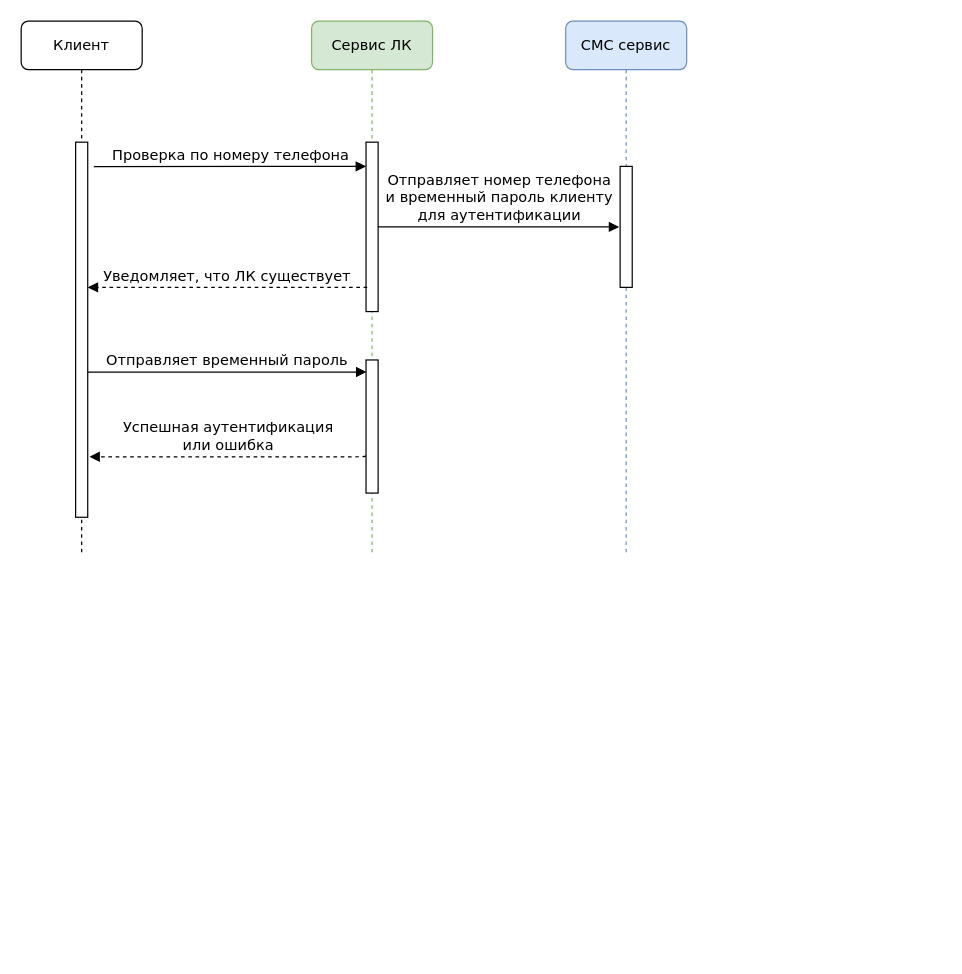
Before: user-way-account.drawio in sergeyram/draw-io, a draw.io diagram. Source tidied: cells renumbered, new cells numbered last; positions are measured from the earlier drawing's top-left corner, leaving out a move shared by most shapes. Both pictures are drawn from the tidied source at 121%, with x=0, y=0 at pixel (21, 21).
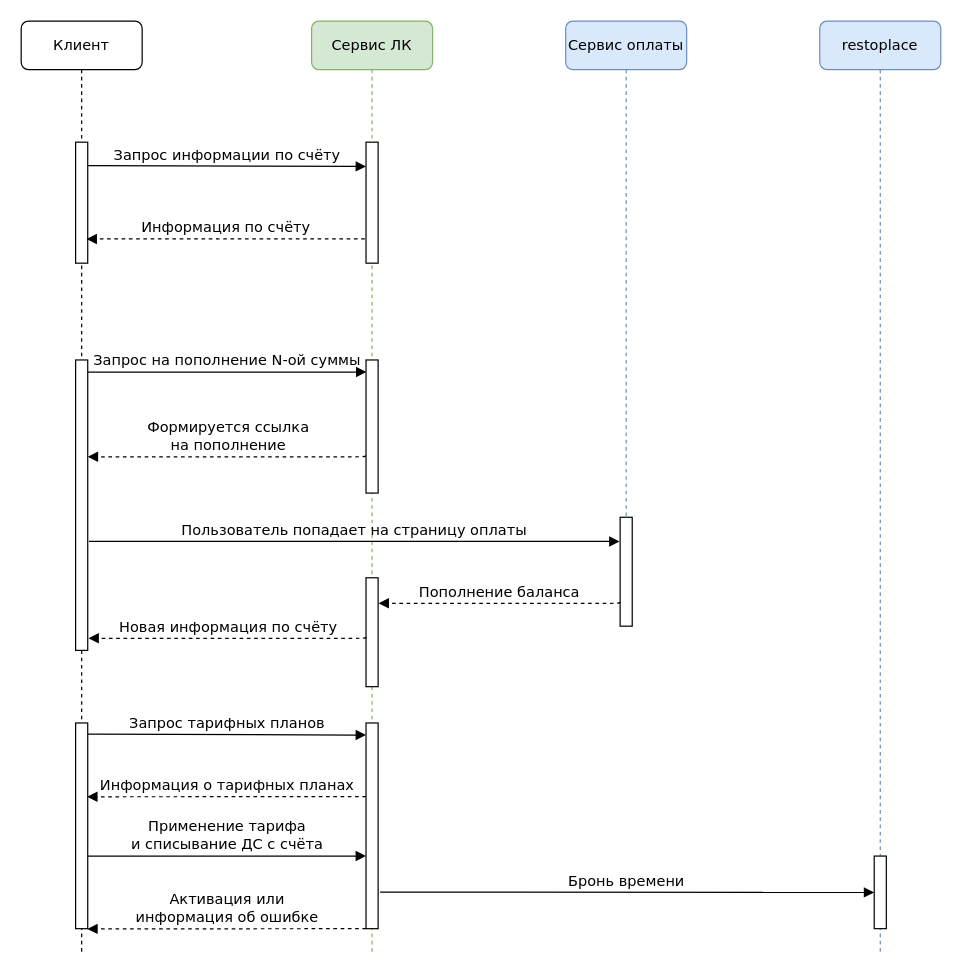
The same diagram, later.

The change refers to these unchanged cells:
```xml
<mxCell id="4" style="html=1;points=[];perimeter=orthogonalPerimeter;rounded=0;shadow=0;comic=0;labelBackgroundColor=none;strokeWidth=1;fontFamily=Verdana;fontSize=12;align=center;" parent="2" vertex="1">
  <mxGeometry x="45" y="280" width="10" height="110" as="geometry" />
</mxCell>
```

Change to the diagram source:
```diff
@@
     <mxCell id="2" value="Сервис ЛК" style="shape=umlLifeline;perimeter=lifelinePerimeter;whiteSpace=wrap;html=1;rounded=1;shadow=0;comic=0;labelBackgroundColor=none;strokeWidth=1;fontFamily=Verdana;fontSize=12;align=center;fillColor=#d5e8d4;strokeColor=#82b366;" parent="1" vertex="1">
-      <mxGeometry x="240" width="100" height="440" as="geometry" />
+      <mxGeometry x="240" width="100" height="770" as="geometry" />
     </mxCell>
     <mxCell id="3" style="html=1;points=[];perimeter=orthogonalPerimeter;rounded=0;shadow=0;comic=0;labelBackgroundColor=none;strokeWidth=1;fontFamily=Verdana;fontSize=12;align=center;" parent="2" vertex="1">
-      <mxGeometry x="45" y="100" width="10" height="140" as="geometry" />
+      <mxGeometry x="45" y="100" width="10" height="100" as="geometry" />
     </mxCell>
@@
-    <mxCell id="5" value="СМС сервис" style="shape=umlLifeline;perimeter=lifelinePerimeter;whiteSpace=wrap;html=1;rounded=1;shadow=0;comic=0;labelBackgroundColor=none;strokeWidth=1;fontFamily=Verdana;fontSize=12;align=center;fillColor=#dae8fc;strokeColor=#6c8ebf;" parent="1" vertex="1">
+    <mxCell id="5" value="Сервис оплаты" style="shape=umlLifeline;perimeter=lifelinePerimeter;whiteSpace=wrap;html=1;rounded=1;shadow=0;comic=0;labelBackgroundColor=none;strokeWidth=1;fontFamily=Verdana;fontSize=12;align=center;fillColor=#dae8fc;strokeColor=#6c8ebf;" parent="1" vertex="1">
       <mxGeometry x="450" width="100" height="440" as="geometry" />
     </mxCell>
-    <mxCell id="6" style="html=1;points=[];perimeter=orthogonalPerimeter;rounded=0;shadow=0;comic=0;labelBackgroundColor=none;strokeWidth=1;fontFamily=Verdana;fontSize=12;align=center;" parent="5" vertex="1">
-      <mxGeometry x="45" y="120" width="10" height="100" as="geometry" />
-    </mxCell>
     <mxCell id="7" value="Клиент" style="shape=umlLifeline;perimeter=lifelinePerimeter;whiteSpace=wrap;html=1;rounded=1;shadow=0;comic=0;labelBackgroundColor=none;strokeWidth=1;fontFamily=Verdana;fontSize=12;align=center;" parent="1" vertex="1">
-      <mxGeometry width="100" height="440" as="geometry" />
+      <mxGeometry width="100" height="770" as="geometry" />
     </mxCell>
     <mxCell id="8" style="html=1;points=[];perimeter=orthogonalPerimeter;rounded=0;shadow=0;comic=0;labelBackgroundColor=none;strokeWidth=1;fontFamily=Verdana;fontSize=12;align=center;" parent="7" vertex="1">
-      <mxGeometry x="45" y="100" width="10" height="310" as="geometry" />
+      <mxGeometry x="45" y="100" width="10" height="100" as="geometry" />
     </mxCell>
+    <mxCell id="14" style="html=1;points=[];perimeter=orthogonalPerimeter;rounded=0;shadow=0;comic=0;labelBackgroundColor=none;strokeWidth=1;fontFamily=Verdana;fontSize=12;align=center;" parent="7" vertex="1">
+      <mxGeometry x="45" y="280" width="10" height="240" as="geometry" />
+    </mxCell>
+    <mxCell id="15" style="html=1;points=[];perimeter=orthogonalPerimeter;rounded=0;shadow=0;comic=0;labelBackgroundColor=none;strokeWidth=1;fontFamily=Verdana;fontSize=12;align=center;" parent="7" vertex="1">
+      <mxGeometry x="45" y="580" width="10" height="170" as="geometry" />
+    </mxCell>
-    <mxCell id="9" value="Проверка по номеру телефона" style="html=1;verticalAlign=bottom;endArrow=block;labelBackgroundColor=none;fontFamily=Verdana;fontSize=12;edgeStyle=elbowEdgeStyle;elbow=vertical;exitX=1.5;exitY=0.065;exitDx=0;exitDy=0;exitPerimeter=0;" parent="1" edge="1" source="8">
+    <mxCell id="9" value="Запрос информации по счёту" style="html=1;verticalAlign=bottom;endArrow=block;labelBackgroundColor=none;fontFamily=Verdana;fontSize=12;edgeStyle=elbowEdgeStyle;elbow=vertical;exitX=1.028;exitY=0.193;exitDx=0;exitDy=0;exitPerimeter=0;" parent="1" edge="1" source="8">
       <mxGeometry relative="1" as="geometry">
         <mxPoint x="285" y="120" as="targetPoint" />
       </mxGeometry>
     </mxCell>
-    <mxCell id="10" value="&lt;div&gt;Отправляет номер телефона&lt;/div&gt;&lt;div&gt;и временный пароль клиенту&lt;/div&gt;&lt;div&gt;для аутентификации&lt;br&gt;&lt;/div&gt;" style="html=1;verticalAlign=bottom;endArrow=block;labelBackgroundColor=none;fontFamily=Verdana;fontSize=12;edgeStyle=elbowEdgeStyle;elbow=vertical;entryX=-0.077;entryY=0.501;entryDx=0;entryDy=0;entryPerimeter=0;" parent="1" edge="1" source="3" target="6">
+    <mxCell id="10" value="Пользователь попадает на страницу оплаты" style="html=1;verticalAlign=bottom;endArrow=block;labelBackgroundColor=none;fontFamily=Verdana;fontSize=12;edgeStyle=elbowEdgeStyle;elbow=vertical;entryX=-0.044;entryY=0.225;entryDx=0;entryDy=0;entryPerimeter=0;" parent="1" edge="1" target="6">
       <mxGeometry relative="1" as="geometry">
+        <mxPoint x="56" y="430" as="sourcePoint" />
         <Array as="points">
+          <mxPoint x="330" y="430" />
+          <mxPoint x="440" y="340" />
           <mxPoint x="410" y="170" />
           <mxPoint x="370" y="270" />
         </Array>
       </mxGeometry>
     </mxCell>
-    <mxCell id="11" value="&lt;div&gt;Уведомляет, что ЛК существует&lt;/div&gt;" style="html=1;verticalAlign=bottom;endArrow=block;labelBackgroundColor=none;fontFamily=Verdana;fontSize=12;edgeStyle=elbowEdgeStyle;elbow=vertical;exitX=0.1;exitY=0.857;exitDx=0;exitDy=0;exitPerimeter=0;dashed=1;" parent="1" edge="1" source="3">
+    <mxCell id="11" value="Информация по счёту" style="html=1;verticalAlign=bottom;endArrow=block;labelBackgroundColor=none;fontFamily=Verdana;fontSize=12;edgeStyle=elbowEdgeStyle;elbow=vertical;dashed=1;" parent="1" edge="1">
       <mxGeometry relative="1" as="geometry">
-        <mxPoint x="55" y="220" as="targetPoint" />
+        <mxPoint x="284" y="180" as="sourcePoint" />
+        <mxPoint x="54" y="180" as="targetPoint" />
         <Array as="points">
+          <mxPoint x="170" y="180" />
           <mxPoint x="220" y="220" />
           <mxPoint x="165" y="300.2" />
         </Array>
       </mxGeometry>
     </mxCell>
-    <mxCell id="12" value="Отправляет временный пароль" style="html=1;verticalAlign=bottom;endArrow=block;labelBackgroundColor=none;fontFamily=Verdana;fontSize=12;edgeStyle=elbowEdgeStyle;elbow=vertical;entryX=0.033;entryY=0.091;entryDx=0;entryDy=0;entryPerimeter=0;" parent="1" edge="1" target="4">
+    <mxCell id="12" value="Запрос на пополнение N-ой суммы" style="html=1;verticalAlign=bottom;endArrow=block;labelBackgroundColor=none;fontFamily=Verdana;fontSize=12;edgeStyle=elbowEdgeStyle;elbow=vertical;entryX=0.033;entryY=0.091;entryDx=0;entryDy=0;entryPerimeter=0;" parent="1" edge="1" target="4">
       <mxGeometry relative="1" as="geometry">
         <mxPoint x="55" y="290" as="sourcePoint" />
         <Array as="points">
           <mxPoint x="220" y="290" />
         </Array>
       </mxGeometry>
     </mxCell>
-    <mxCell id="13" value="&lt;div&gt;Успешная аутентификация&lt;/div&gt;&lt;div&gt;или ошибка&lt;/div&gt;" style="html=1;verticalAlign=bottom;endArrow=block;labelBackgroundColor=none;fontFamily=Verdana;fontSize=12;edgeStyle=elbowEdgeStyle;elbow=vertical;exitX=-0.048;exitY=0.718;exitDx=0;exitDy=0;exitPerimeter=0;dashed=1;entryX=1.142;entryY=0.841;entryDx=0;entryDy=0;entryPerimeter=0;" parent="1" edge="1" source="4" target="8">
+    <mxCell id="13" value="&lt;div&gt;Формируется ссылка&lt;/div&gt;&lt;div&gt;на пополнение&lt;/div&gt;" style="html=1;verticalAlign=bottom;endArrow=block;labelBackgroundColor=none;fontFamily=Verdana;fontSize=12;edgeStyle=elbowEdgeStyle;elbow=vertical;exitX=-0.048;exitY=0.718;exitDx=0;exitDy=0;exitPerimeter=0;dashed=1;" parent="1" edge="1" source="4">
       <mxGeometry relative="1" as="geometry">
+        <mxPoint x="55" y="360" as="targetPoint" />
         <Array as="points">
           <mxPoint x="170" y="360" />
           <mxPoint x="165.6" y="440.3" />
         </Array>
       </mxGeometry>
     </mxCell>
+    <mxCell id="6" style="html=1;points=[];perimeter=orthogonalPerimeter;rounded=0;shadow=0;comic=0;labelBackgroundColor=none;strokeWidth=1;fontFamily=Verdana;fontSize=12;align=center;" parent="1" vertex="1">
+      <mxGeometry x="495" y="410" width="10" height="90" as="geometry" />
+    </mxCell>
+    <mxCell id="16" style="html=1;points=[];perimeter=orthogonalPerimeter;rounded=0;shadow=0;comic=0;labelBackgroundColor=none;strokeWidth=1;fontFamily=Verdana;fontSize=12;align=center;" parent="1" vertex="1">
+      <mxGeometry x="285" y="460" width="10" height="90" as="geometry" />
+    </mxCell>
+    <mxCell id="17" value="Пополнение баланса" style="html=1;verticalAlign=bottom;endArrow=block;labelBackgroundColor=none;fontFamily=Verdana;fontSize=12;edgeStyle=elbowEdgeStyle;elbow=vertical;exitX=-0.048;exitY=0.718;exitDx=0;exitDy=0;exitPerimeter=0;dashed=1;entryX=1.033;entryY=0.226;entryDx=0;entryDy=0;entryPerimeter=0;" parent="1" edge="1" target="16">
+      <mxGeometry relative="1" as="geometry">
+        <mxPoint x="495" y="480.1" as="sourcePoint" />
+        <Array as="points">
+          <mxPoint x="380.5" y="481.1" />
+          <mxPoint x="376" y="561.4" />
+        </Array>
+      </mxGeometry>
+    </mxCell>
+    <mxCell id="18" value="Новая информация по счёту" style="html=1;verticalAlign=bottom;endArrow=block;labelBackgroundColor=none;fontFamily=Verdana;fontSize=12;edgeStyle=elbowEdgeStyle;elbow=vertical;dashed=1;entryX=1.057;entryY=0.956;entryDx=0;entryDy=0;entryPerimeter=0;" parent="1" edge="1" target="14">
+      <mxGeometry relative="1" as="geometry">
+        <mxPoint x="285" y="509" as="sourcePoint" />
+        <Array as="points">
+          <mxPoint x="150" y="510" />
+          <mxPoint x="170.5" y="481" />
+          <mxPoint x="166" y="561.3" />
+        </Array>
+      </mxGeometry>
+    </mxCell>
+    <mxCell id="19" value="Запрос тарифных планов" style="html=1;verticalAlign=bottom;endArrow=block;labelBackgroundColor=none;fontFamily=Verdana;fontSize=12;edgeStyle=elbowEdgeStyle;elbow=vertical;exitX=1.028;exitY=0.193;exitDx=0;exitDy=0;exitPerimeter=0;" parent="1" edge="1">
+      <mxGeometry relative="1" as="geometry">
+        <mxPoint x="55.3" y="589.2" as="sourcePoint" />
+        <mxPoint x="285" y="589.9" as="targetPoint" />
+      </mxGeometry>
+    </mxCell>
+    <mxCell id="20" style="html=1;points=[];perimeter=orthogonalPerimeter;rounded=0;shadow=0;comic=0;labelBackgroundColor=none;strokeWidth=1;fontFamily=Verdana;fontSize=12;align=center;" parent="1" vertex="1">
+      <mxGeometry x="285" y="580" width="10" height="170" as="geometry" />
+    </mxCell>
+    <mxCell id="21" value="&lt;div&gt;Применение тарифа&lt;/div&gt;&lt;div&gt;и списывание ДС с счёта &lt;/div&gt;" style="html=1;verticalAlign=bottom;endArrow=block;labelBackgroundColor=none;fontFamily=Verdana;fontSize=12;edgeStyle=elbowEdgeStyle;elbow=vertical;exitX=1.028;exitY=0.193;exitDx=0;exitDy=0;exitPerimeter=0;" parent="1" edge="1">
+      <mxGeometry relative="1" as="geometry">
+        <mxPoint x="55.3" y="690" as="sourcePoint" />
+        <mxPoint x="285" y="690.7" as="targetPoint" />
+      </mxGeometry>
+    </mxCell>
+    <mxCell id="22" value="Информация о тарифных планах" style="html=1;verticalAlign=bottom;endArrow=block;labelBackgroundColor=none;fontFamily=Verdana;fontSize=12;edgeStyle=elbowEdgeStyle;elbow=vertical;dashed=1;exitX=-0.006;exitY=0.358;exitDx=0;exitDy=0;exitPerimeter=0;entryX=0.95;entryY=0.359;entryDx=0;entryDy=0;entryPerimeter=0;" parent="1" edge="1" source="20" target="15">
+      <mxGeometry relative="1" as="geometry">
+        <Array as="points">
+          <mxPoint x="135.2" y="641" />
+          <mxPoint x="130.7" y="721.3" />
+        </Array>
+      </mxGeometry>
+    </mxCell>
+    <mxCell id="23" value="restoplace" style="shape=umlLifeline;perimeter=lifelinePerimeter;whiteSpace=wrap;html=1;rounded=1;shadow=0;comic=0;labelBackgroundColor=none;strokeWidth=1;fontFamily=Verdana;fontSize=12;align=center;fillColor=#dae8fc;strokeColor=#6c8ebf;" parent="1" vertex="1">
+      <mxGeometry x="660" width="100" height="770" as="geometry" />
+    </mxCell>
+    <mxCell id="24" style="html=1;perimeter=orthogonalPerimeter;rounded=0;shadow=0;comic=0;labelBackgroundColor=none;strokeWidth=1;fontFamily=Verdana;fontSize=12;align=center;" parent="23" vertex="1">
+      <mxGeometry x="45" y="690" width="10" height="60" as="geometry" />
+    </mxCell>
+    <mxCell id="25" value="Бронь времени" style="html=1;verticalAlign=bottom;endArrow=block;labelBackgroundColor=none;fontFamily=Verdana;fontSize=12;edgeStyle=elbowEdgeStyle;elbow=vertical;exitX=1.167;exitY=0.822;exitDx=0;exitDy=0;exitPerimeter=0;" parent="1" edge="1" source="20">
+      <mxGeometry relative="1" as="geometry">
+        <mxPoint x="705" y="720" as="targetPoint" />
+        <Array as="points">
+          <mxPoint x="540" y="720" />
+        </Array>
+      </mxGeometry>
+    </mxCell>
+    <mxCell id="26" value="&lt;div&gt;Активация или&lt;/div&gt;&lt;div&gt;информация об ошибке&lt;br&gt;&lt;/div&gt;" style="html=1;verticalAlign=bottom;endArrow=block;labelBackgroundColor=none;fontFamily=Verdana;fontSize=12;edgeStyle=elbowEdgeStyle;elbow=vertical;dashed=1;exitX=-0.006;exitY=0.358;exitDx=0;exitDy=0;exitPerimeter=0;entryX=0.95;entryY=0.359;entryDx=0;entryDy=0;entryPerimeter=0;" parent="1" edge="1">
+      <mxGeometry relative="1" as="geometry">
+        <mxPoint x="285" y="750" as="sourcePoint" />
+        <mxPoint x="54.6" y="750.2" as="targetPoint" />
+        <Array as="points">
+          <mxPoint x="135.2" y="750.2" />
+          <mxPoint x="130.8" y="830.5" />
+        </Array>
+      </mxGeometry>
+    </mxCell>
```
